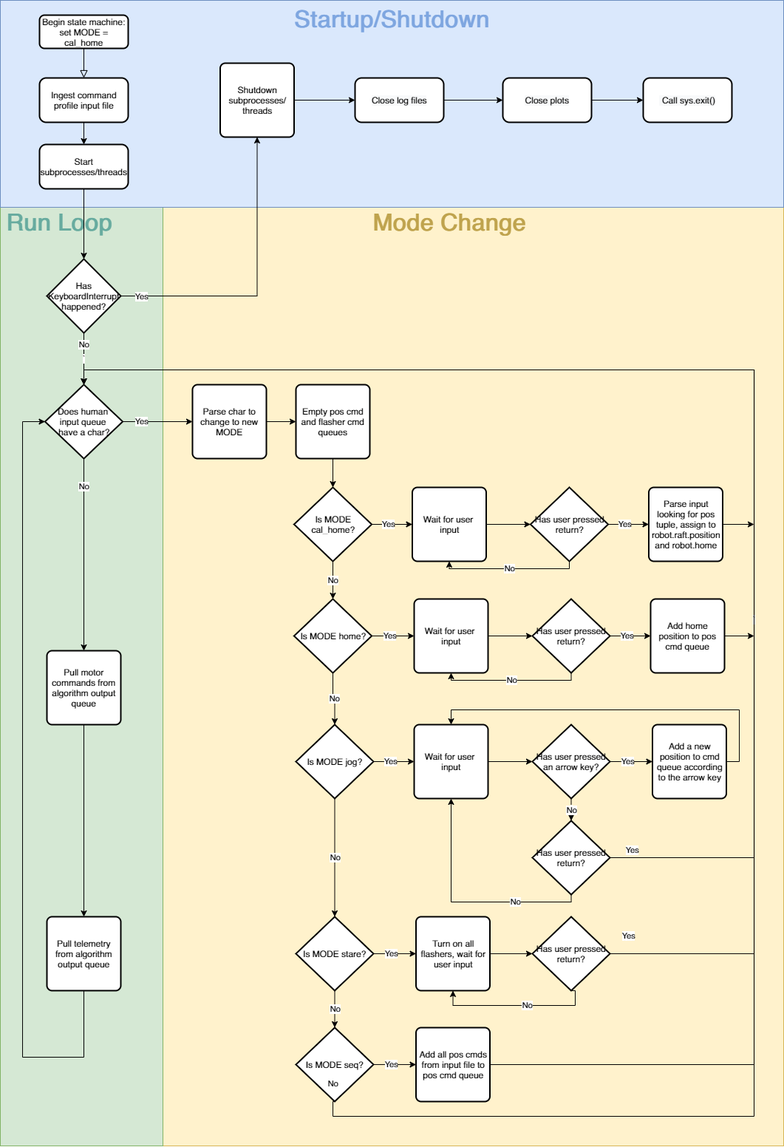
Earlier version of the draw.io export doc/img/executive.drawio.png (evanmayer/hotspot). Source tidied: cells renumbered, new cells last; positions are measured from the earlier drawing's top-left corner, leaving out a move shared by most shapes.
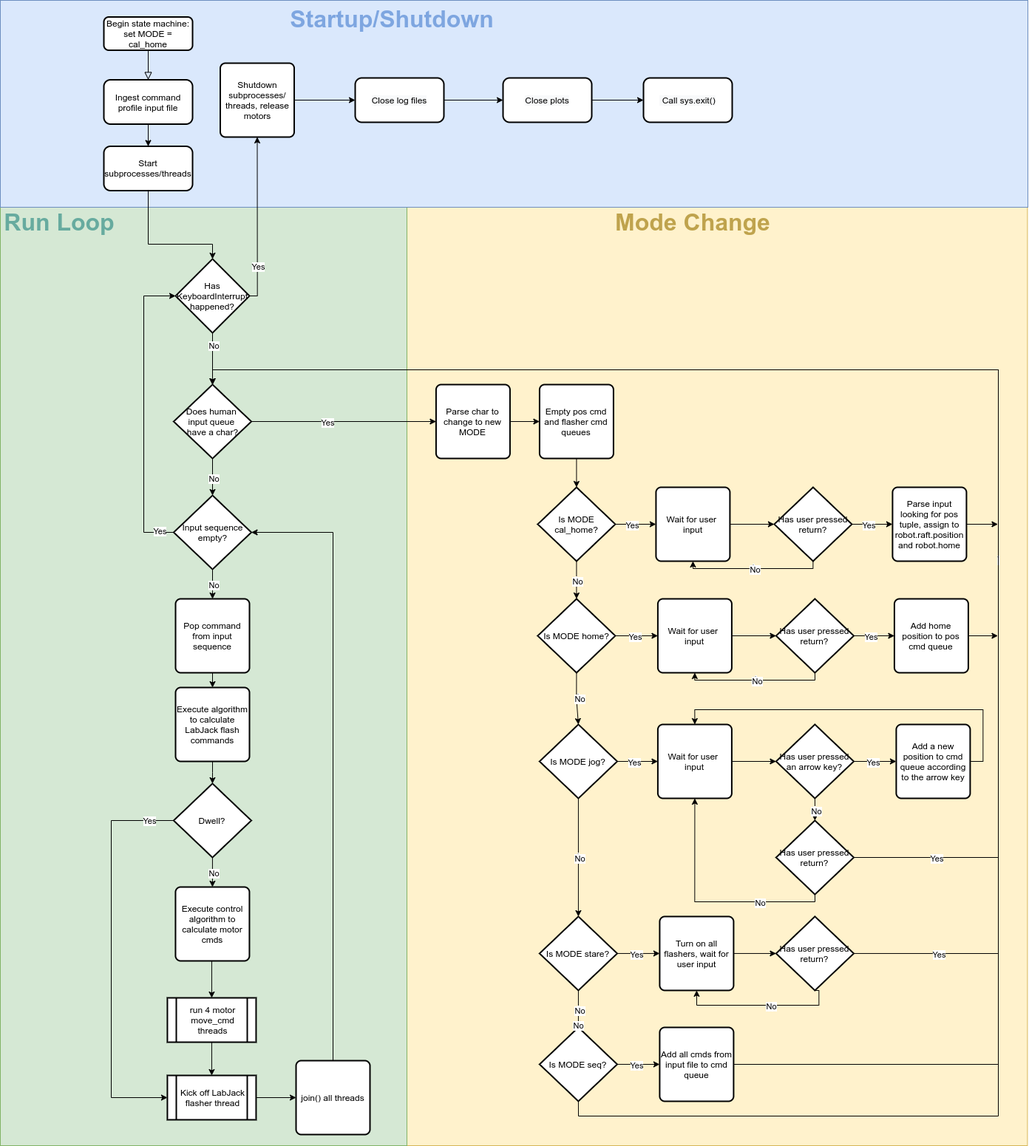
Later version of the same file.

Commit message:
refine algorithm and executive flow diagrams

What changed in the source:
```diff
@@ -8,6 +8,6 @@
     <mxCell id="3" style="rounded=0;whiteSpace=wrap;html=1;fillColor=#d5e8d4;strokeColor=#82b366;" parent="1" vertex="1">
-      <mxGeometry y="280" width="220" height="1270" as="geometry" />
+      <mxGeometry x="-329.4" y="280" width="550" height="1270" as="geometry" />
     </mxCell>
     <mxCell id="4" style="rounded=0;whiteSpace=wrap;html=1;fillColor=#dae8fc;strokeColor=#6c8ebf;" parent="1" vertex="1">
-      <mxGeometry width="1060" height="280" as="geometry" />
+      <mxGeometry x="-329.4" width="1390" height="280" as="geometry" />
     </mxCell>
@@ -17,3 +17,3 @@
     <mxCell id="6" value="Begin state machine:&lt;br&gt;set MODE = cal_home" style="rounded=1;whiteSpace=wrap;html=1;fontSize=12;glass=0;strokeWidth=2;shadow=0;" parent="1" vertex="1">
-      <mxGeometry x="53" y="20" width="120" height="45" as="geometry" />
+      <mxGeometry x="-189.4" y="22.5" width="120" height="45" as="geometry" />
     </mxCell>
@@ -23,9 +23,9 @@
     <mxCell id="8" value="Ingest command profile input file" style="rounded=1;whiteSpace=wrap;html=1;strokeWidth=2;" parent="1" vertex="1">
-      <mxGeometry x="53" y="105" width="120" height="60" as="geometry" />
+      <mxGeometry x="-189.4" y="107.5" width="120" height="60" as="geometry" />
     </mxCell>
     <mxCell id="9" value="Start subprocesses/threads" style="rounded=1;whiteSpace=wrap;html=1;strokeWidth=2;" parent="1" vertex="1">
-      <mxGeometry x="53" y="195" width="120" height="60" as="geometry" />
+      <mxGeometry x="-189.4" y="197.5" width="120" height="60" as="geometry" />
     </mxCell>
     <mxCell id="10" value="Does human &lt;br&gt;input queue &lt;br&gt;have a char?" style="strokeWidth=2;html=1;shape=mxgraph.flowchart.decision;whiteSpace=wrap;" parent="1" vertex="1">
-      <mxGeometry x="60.5" y="520" width="105" height="100" as="geometry" />
+      <mxGeometry x="-94.9" y="520" width="105" height="100" as="geometry" />
     </mxCell>
@@ -40,9 +40,9 @@
     <mxCell id="13" value="Has KeyboardInterrupt&lt;br&gt;happened?" style="strokeWidth=2;html=1;shape=mxgraph.flowchart.decision;whiteSpace=wrap;" parent="1" vertex="1">
-      <mxGeometry x="63" y="350" width="100" height="100" as="geometry" />
+      <mxGeometry x="-92.4" y="350" width="100" height="100" as="geometry" />
     </mxCell>
-    <mxCell id="14" value="Shutdown subprocesses/&lt;br&gt;threads" style="rounded=1;whiteSpace=wrap;html=1;absoluteArcSize=1;arcSize=14;strokeWidth=2;" parent="1" vertex="1">
-      <mxGeometry x="297.5" y="85" width="100" height="100" as="geometry" />
+    <mxCell id="14" value="Shutdown subprocesses/&lt;br&gt;threads, release motors" style="rounded=1;whiteSpace=wrap;html=1;absoluteArcSize=1;arcSize=14;strokeWidth=2;" parent="1" vertex="1">
+      <mxGeometry x="-31.9" y="85" width="100" height="100" as="geometry" />
     </mxCell>
-    <mxCell id="15" value="`" style="endArrow=classic;html=1;rounded=0;edgeStyle=orthogonalEdgeStyle;entryX=0.5;entryY=0;entryDx=0;entryDy=0;entryPerimeter=0;exitX=0.5;exitY=1;exitDx=0;exitDy=0;exitPerimeter=0;" parent="1" edge="1" source="13" target="10">
-      <mxGeometry relative="1" as="geometry" />
+    <mxCell id="15" style="endArrow=classic;html=1;rounded=0;edgeStyle=orthogonalEdgeStyle;entryX=0.5;entryY=0;entryDx=0;entryDy=0;entryPerimeter=0;exitX=0.5;exitY=1;exitDx=0;exitDy=0;exitPerimeter=0;" parent="1" edge="1" source="13" target="10">
+      <mxGeometry x="0.14" relative="1" as="geometry" />
     </mxCell>
@@ -53,13 +53,2 @@
     </mxCell>
-    <mxCell id="17" style="endArrow=classic;html=1;rounded=0;edgeStyle=orthogonalEdgeStyle;exitX=0.5;exitY=1;exitDx=0;exitDy=0;exitPerimeter=0;entryX=0.5;entryY=0;entryDx=0;entryDy=0;" parent="1" edge="1">
-      <mxGeometry relative="1" as="geometry">
-        <mxPoint x="113" y="620" as="sourcePoint" />
-        <mxPoint x="113" y="880" as="targetPoint" />
-      </mxGeometry>
-    </mxCell>
-    <mxCell id="18" value="No" style="edgeLabel;html=1;align=center;verticalAlign=middle;" parent="17" vertex="1">
-      <mxGeometry relative="1" as="geometry">
-        <mxPoint y="-92" as="offset" />
-      </mxGeometry>
-    </mxCell>
     <mxCell id="19" value="Is MODE cal_home?" style="strokeWidth=2;html=1;shape=mxgraph.flowchart.decision;whiteSpace=wrap;" parent="1" vertex="1">
@@ -91,3 +80,3 @@
     </mxCell>
-    <mxCell id="28" value="Add all pos cmds from input file to pos cmd queue" style="rounded=1;whiteSpace=wrap;html=1;absoluteArcSize=1;arcSize=14;strokeWidth=2;" parent="1" vertex="1">
+    <mxCell id="28" value="Add all cmds from input file to cmd queue" style="rounded=1;whiteSpace=wrap;html=1;absoluteArcSize=1;arcSize=14;strokeWidth=2;" parent="1" vertex="1">
       <mxGeometry x="562.5" y="1390" width="100" height="100" as="geometry" />
@@ -132,3 +121,3 @@
       <mxGeometry relative="1" as="geometry">
-        <mxPoint x="-157" y="16" as="offset" />
+        <mxPoint y="62" as="offset" />
       </mxGeometry>
@@ -267,5 +256,5 @@
         <Array as="points">
-          <mxPoint x="1020" y="1160" />
-          <mxPoint x="1020" y="500" />
-          <mxPoint x="113" y="500" />
+          <mxPoint x="1020.6" y="1160" />
+          <mxPoint x="1020.6" y="500" />
+          <mxPoint x="-42.4" y="500" />
         </Array>
@@ -275,3 +264,3 @@
       <mxGeometry relative="1" as="geometry">
-        <mxPoint x="-129" y="650" as="offset" />
+        <mxPoint x="30" y="660" as="offset" />
       </mxGeometry>
@@ -297,7 +286,6 @@
         <Array as="points">
-          <mxPoint x="450" y="1490" />
-          <mxPoint x="450" y="1510" />
-          <mxPoint x="1020" y="1510" />
-          <mxPoint x="1020" y="500" />
-          <mxPoint x="113" y="500" />
+          <mxPoint x="450.6" y="1510" />
+          <mxPoint x="1020.6" y="1510" />
+          <mxPoint x="1020.6" y="500" />
+          <mxPoint x="-216.4" y="500" />
         </Array>
@@ -313,5 +301,5 @@
         <Array as="points">
-          <mxPoint x="1020" y="1440" />
-          <mxPoint x="1020" y="500" />
-          <mxPoint x="113" y="500" />
+          <mxPoint x="1020.6" y="1440" />
+          <mxPoint x="1020.6" y="500" />
+          <mxPoint x="-42.4" y="500" />
         </Array>
@@ -338,5 +326,5 @@
         <Array as="points">
-          <mxPoint x="1020" y="1290" />
-          <mxPoint x="1020" y="500" />
-          <mxPoint x="113" y="500" />
+          <mxPoint x="1020.6" y="1290" />
+          <mxPoint x="1020.6" y="500" />
+          <mxPoint x="-42.4" y="500" />
         </Array>
@@ -346,34 +334,16 @@
       <mxGeometry relative="1" as="geometry">
-        <mxPoint x="-170" y="737" as="offset" />
+        <mxPoint x="-34" y="790" as="offset" />
       </mxGeometry>
     </mxCell>
-    <mxCell id="91" value="Pull telemetry from algorithm output queue" style="rounded=1;whiteSpace=wrap;html=1;absoluteArcSize=1;arcSize=14;strokeWidth=2;" parent="1" vertex="1">
-      <mxGeometry x="63" y="1239.9" width="100" height="100" as="geometry" />
-    </mxCell>
-    <mxCell id="92" value="Pull motor commands from algorithm output queue" style="rounded=1;whiteSpace=wrap;html=1;absoluteArcSize=1;arcSize=14;strokeWidth=2;" parent="1" vertex="1">
-      <mxGeometry x="63" y="880" width="100" height="100" as="geometry" />
-    </mxCell>
-    <mxCell id="93" style="endArrow=classic;html=1;rounded=0;edgeStyle=orthogonalEdgeStyle;entryX=0.5;entryY=0;entryDx=0;entryDy=0;exitX=0.5;exitY=1;exitDx=0;exitDy=0;" parent="1" edge="1" source="92" target="91">
-      <mxGeometry relative="1" as="geometry" />
-    </mxCell>
-    <mxCell id="94" style="endArrow=classic;html=1;rounded=0;edgeStyle=orthogonalEdgeStyle;entryX=0;entryY=0.5;entryDx=0;entryDy=0;entryPerimeter=0;exitX=0.5;exitY=1;exitDx=0;exitDy=0;" parent="1" edge="1" source="91" target="10">
-      <mxGeometry relative="1" as="geometry">
-        <Array as="points">
-          <mxPoint x="113" y="1430" />
-          <mxPoint x="30" y="1430" />
-          <mxPoint x="30" y="570" />
-        </Array>
-      </mxGeometry>
-    </mxCell>
     <mxCell id="95" value="&lt;font style=&quot;font-size: 32px;&quot; color=&quot;#7ea6e0&quot;&gt;&lt;b style=&quot;font-size: 32px;&quot;&gt;Startup/Shutdown&lt;/b&gt;&lt;/font&gt;" style="text;html=1;strokeColor=none;fillColor=none;align=center;verticalAlign=middle;whiteSpace=wrap;rounded=0;fontSize=32;" parent="1" vertex="1">
-      <mxGeometry x="425" y="10" width="210" height="30" as="geometry" />
+      <mxGeometry x="95.6" y="10" width="210" height="30" as="geometry" />
     </mxCell>
     <mxCell id="96" value="&lt;span style=&quot;color: rgb(0 , 0 , 0) ; font-family: &amp;#34;helvetica&amp;#34; ; font-size: 12px ; font-style: normal ; font-weight: 400 ; letter-spacing: normal ; text-align: center ; text-indent: 0px ; text-transform: none ; word-spacing: 0px ; background-color: rgb(248 , 249 , 250) ; display: inline ; float: none&quot;&gt;&lt;span&gt;C&lt;/span&gt;lose log files&lt;/span&gt;" style="rounded=1;whiteSpace=wrap;html=1;strokeWidth=2;" parent="1" vertex="1">
-      <mxGeometry x="480" y="105" width="120" height="60" as="geometry" />
+      <mxGeometry x="150.6" y="105" width="120" height="60" as="geometry" />
     </mxCell>
     <mxCell id="97" value="&lt;span style=&quot;color: rgb(0 , 0 , 0) ; font-size: 12px ; font-style: normal ; font-weight: 400 ; letter-spacing: normal ; text-align: center ; text-indent: 0px ; text-transform: none ; word-spacing: 0px ; font-family: &amp;#34;helvetica&amp;#34; ; background-color: rgb(248 , 249 , 250) ; display: inline ; float: none&quot;&gt;Close plots&lt;/span&gt;" style="rounded=1;whiteSpace=wrap;html=1;strokeWidth=2;" parent="1" vertex="1">
-      <mxGeometry x="680" y="105" width="120" height="60" as="geometry" />
+      <mxGeometry x="350.6" y="105" width="120" height="60" as="geometry" />
     </mxCell>
     <mxCell id="98" value="&lt;span style=&quot;color: rgb(0 , 0 , 0) ; font-family: &amp;#34;helvetica&amp;#34; ; font-size: 12px ; font-style: normal ; font-weight: 400 ; letter-spacing: normal ; text-align: center ; text-indent: 0px ; text-transform: none ; word-spacing: 0px ; background-color: rgb(248 , 249 , 250) ; display: inline ; float: none&quot;&gt;&lt;span&gt;&amp;nbsp;C&lt;/span&gt;all sys.exit()&lt;/span&gt;" style="rounded=1;whiteSpace=wrap;html=1;strokeWidth=2;" parent="1" vertex="1">
-      <mxGeometry x="870" y="105" width="120" height="60" as="geometry" />
+      <mxGeometry x="540.6" y="105" width="120" height="60" as="geometry" />
     </mxCell>
@@ -386,3 +356,3 @@
     <mxCell id="101" value="Run Loop" style="text;html=1;strokeColor=none;fillColor=none;align=center;verticalAlign=middle;whiteSpace=wrap;rounded=0;fontSize=32;fontColor=#67AB9F;fontStyle=1;" parent="1" vertex="1">
-      <mxGeometry y="280" width="160" height="40" as="geometry" />
+      <mxGeometry x="-329.4" y="280" width="160" height="40" as="geometry" />
     </mxCell>
@@ -395,4 +365,102 @@
     <mxCell id="104" style="endArrow=classic;html=1;rounded=0;edgeStyle=orthogonalEdgeStyle;entryX=0.5;entryY=0;entryDx=0;entryDy=0;exitX=0.5;exitY=1;exitDx=0;exitDy=0;entryPerimeter=0;" parent="1" edge="1" source="9" target="13">
-      <mxGeometry relative="1" as="geometry" />
+      <mxGeometry relative="1" as="geometry">
+        <Array as="points">
+          <mxPoint x="-129.4" y="330" />
+          <mxPoint x="-42.4" y="330" />
+        </Array>
+      </mxGeometry>
     </mxCell>
+    <mxCell id="105" value="Pop command from input sequence" style="rounded=1;whiteSpace=wrap;html=1;absoluteArcSize=1;arcSize=14;strokeWidth=2;" parent="1" vertex="1">
+      <mxGeometry x="-92.4" y="810" width="100" height="100" as="geometry" />
+    </mxCell>
+    <mxCell id="106" value="Execute control algorithm to calculate motor cmds" style="rounded=1;whiteSpace=wrap;html=1;absoluteArcSize=1;arcSize=14;strokeWidth=2;" parent="1" vertex="1">
+      <mxGeometry x="-92.5" y="1200" width="100" height="100" as="geometry" />
+    </mxCell>
+    <mxCell id="107" style="endArrow=classic;html=1;rounded=0;edgeStyle=orthogonalEdgeStyle;exitX=0.5;exitY=1;exitDx=0;exitDy=0;exitPerimeter=0;entryX=0.5;entryY=0;entryDx=0;entryDy=0;" parent="1" edge="1" source="113" target="105">
+      <mxGeometry relative="1" as="geometry">
+        <Array as="points">
+          <mxPoint x="-42.4" y="800" />
+          <mxPoint x="-42.4" y="800" />
+        </Array>
+      </mxGeometry>
+    </mxCell>
+    <mxCell id="108" value="No" style="edgeLabel;html=1;align=center;verticalAlign=middle;strokeWidth=2;" parent="107" vertex="1">
+      <mxGeometry relative="1" as="geometry" />
+    </mxCell>
+    <mxCell id="109" value="Dwell?" style="strokeWidth=2;html=1;shape=mxgraph.flowchart.decision;whiteSpace=wrap;" parent="1" vertex="1">
+      <mxGeometry x="-95" y="1060" width="105" height="100" as="geometry" />
+    </mxCell>
+    <mxCell id="110" style="edgeStyle=orthogonalEdgeStyle;rounded=0;jettySize=auto;html=1;entryX=0.5;entryY=0;entryDx=0;entryDy=0;exitX=0.5;exitY=1;exitDx=0;exitDy=0;" parent="1" edge="1" source="111" target="112">
+      <mxGeometry relative="1" as="geometry" />
+    </mxCell>
+    <mxCell id="111" value="run 4 motor move_cmd threads" style="shape=process;whiteSpace=wrap;html=1;backgroundOutline=1;strokeWidth=2;" parent="1" vertex="1">
+      <mxGeometry x="-103.5" y="1350" width="120" height="60" as="geometry" />
+    </mxCell>
+    <mxCell id="112" value="Kick off LabJack flasher thread" style="shape=process;whiteSpace=wrap;html=1;backgroundOutline=1;strokeWidth=2;" parent="1" vertex="1">
+      <mxGeometry x="-103.5" y="1455" width="120" height="60" as="geometry" />
+    </mxCell>
+    <mxCell id="113" value="Input sequence empty?" style="strokeWidth=2;html=1;shape=mxgraph.flowchart.decision;whiteSpace=wrap;" parent="1" vertex="1">
+      <mxGeometry x="-94.9" y="670" width="105" height="100" as="geometry" />
+    </mxCell>
+    <mxCell id="114" style="endArrow=classic;html=1;rounded=0;edgeStyle=orthogonalEdgeStyle;exitX=0;exitY=0.5;exitDx=0;exitDy=0;exitPerimeter=0;entryX=0;entryY=0.5;entryDx=0;entryDy=0;entryPerimeter=0;" parent="1" edge="1" source="113" target="13">
+      <mxGeometry relative="1" as="geometry">
+        <Array as="points">
+          <mxPoint x="-135.4" y="720" />
+          <mxPoint x="-135.4" y="400" />
+        </Array>
+      </mxGeometry>
+    </mxCell>
+    <mxCell id="115" value="Yes" style="edgeLabel;html=1;align=center;verticalAlign=middle;strokeWidth=2;" parent="114" vertex="1">
+      <mxGeometry relative="1" as="geometry">
+        <mxPoint x="20" y="160" as="offset" />
+      </mxGeometry>
+    </mxCell>
+    <mxCell id="116" style="endArrow=classic;html=1;rounded=0;edgeStyle=orthogonalEdgeStyle;exitX=0.5;exitY=1;exitDx=0;exitDy=0;exitPerimeter=0;entryX=0.5;entryY=0;entryDx=0;entryDy=0;entryPerimeter=0;" parent="1" edge="1" source="10" target="113">
+      <mxGeometry relative="1" as="geometry" />
+    </mxCell>
+    <mxCell id="117" value="No" style="edgeLabel;html=1;align=center;verticalAlign=middle;strokeWidth=2;" parent="116" vertex="1">
+      <mxGeometry relative="1" as="geometry" />
+    </mxCell>
+    <mxCell id="118" style="endArrow=classic;html=1;rounded=0;edgeStyle=orthogonalEdgeStyle;exitX=0;exitY=0.5;exitDx=0;exitDy=0;exitPerimeter=0;entryX=0;entryY=0.5;entryDx=0;entryDy=0;" parent="1" edge="1" source="109" target="112">
+      <mxGeometry relative="1" as="geometry">
+        <Array as="points">
+          <mxPoint x="-179.4" y="1110" />
+          <mxPoint x="-179.4" y="1485" />
+        </Array>
+      </mxGeometry>
+    </mxCell>
+    <mxCell id="119" value="Yes" style="edgeLabel;html=1;align=center;verticalAlign=middle;strokeWidth=2;" parent="118" vertex="1">
+      <mxGeometry relative="1" as="geometry">
+        <mxPoint x="50" y="-183" as="offset" />
+      </mxGeometry>
+    </mxCell>
+    <mxCell id="120" style="endArrow=classic;html=1;rounded=0;edgeStyle=orthogonalEdgeStyle;exitX=0.5;exitY=1;exitDx=0;exitDy=0;exitPerimeter=0;entryX=0.5;entryY=0;entryDx=0;entryDy=0;" parent="1" edge="1" source="109" target="106">
+      <mxGeometry relative="1" as="geometry" />
+    </mxCell>
+    <mxCell id="121" value="No" style="edgeLabel;html=1;align=center;verticalAlign=middle;strokeWidth=2;" parent="120" vertex="1">
+      <mxGeometry relative="1" as="geometry" />
+    </mxCell>
+    <mxCell id="122" style="endArrow=classic;html=1;rounded=0;edgeStyle=orthogonalEdgeStyle;exitX=0.5;exitY=1;exitDx=0;exitDy=0;entryX=0.5;entryY=0;entryDx=0;entryDy=0;" parent="1" edge="1" target="111">
+      <mxGeometry relative="1" as="geometry">
+        <mxPoint x="-43.5" y="1300" as="sourcePoint" />
+      </mxGeometry>
+    </mxCell>
+    <mxCell id="123" value="Execute algorithm to calculate LabJack flash commands" style="rounded=1;whiteSpace=wrap;html=1;absoluteArcSize=1;arcSize=14;strokeWidth=2;" parent="1" vertex="1">
+      <mxGeometry x="-92.4" y="930" width="100" height="100" as="geometry" />
+    </mxCell>
+    <mxCell id="124" style="endArrow=classic;html=1;rounded=0;edgeStyle=orthogonalEdgeStyle;entryX=0.5;entryY=0;entryDx=0;entryDy=0;exitX=0.5;exitY=1;exitDx=0;exitDy=0;" parent="1" edge="1" source="105" target="123">
+      <mxGeometry relative="1" as="geometry" />
+    </mxCell>
+    <mxCell id="125" style="endArrow=classic;html=1;rounded=0;edgeStyle=orthogonalEdgeStyle;entryX=0.5;entryY=0;entryDx=0;entryDy=0;entryPerimeter=0;exitX=0.5;exitY=1;exitDx=0;exitDy=0;" parent="1" edge="1" source="123" target="109">
+      <mxGeometry relative="1" as="geometry" />
+    </mxCell>
+    <mxCell id="126" value="join() all threads" style="rounded=1;whiteSpace=wrap;html=1;absoluteArcSize=1;arcSize=14;strokeWidth=2;" parent="1" vertex="1">
+      <mxGeometry x="70.6" y="1435" width="100" height="100" as="geometry" />
+    </mxCell>
+    <mxCell id="127" style="endArrow=classic;html=1;rounded=0;edgeStyle=orthogonalEdgeStyle;exitX=1;exitY=0.5;exitDx=0;exitDy=0;entryX=0;entryY=0.5;entryDx=0;entryDy=0;" parent="1" edge="1" source="112" target="126">
+      <mxGeometry relative="1" as="geometry" />
+    </mxCell>
+    <mxCell id="128" style="endArrow=classic;html=1;rounded=0;edgeStyle=orthogonalEdgeStyle;exitX=0.5;exitY=0;exitDx=0;exitDy=0;entryX=1;entryY=0.5;entryDx=0;entryDy=0;entryPerimeter=0;" parent="1" edge="1" source="126" target="113">
+      <mxGeometry relative="1" as="geometry" />
+    </mxCell>
   </root>
```
